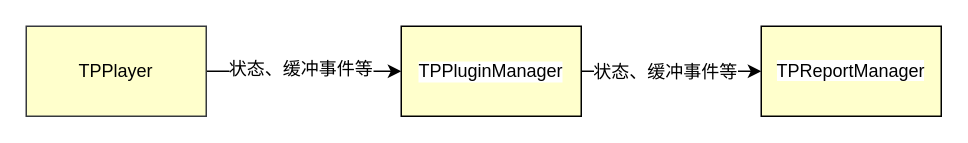
This is report.drawio from xmgtih/drawio, a draw.io file, before an edit. Source tidied: cells renumbered, new cells numbered last; positions are measured from the earlier drawing's top-left corner, leaving out a move shared by most shapes. Both pictures are drawn from the tidied source at 150%, with x=0, y=0 at pixel (26, 26).
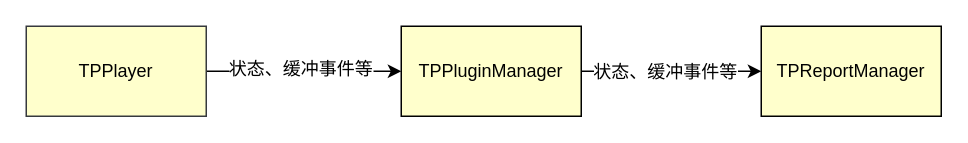
The same diagram, later.

Commit message:
modify text background

Change to the diagram source:
```diff
@@
 <mxGraphModel>
   <root>
     <mxCell id="0" />
     <mxCell id="1" parent="0" />
     <mxCell id="2" style="edgeStyle=orthogonalEdgeStyle;rounded=0;jettySize=auto;html=1;" parent="1" edge="1" source="4" target="7">
       <mxGeometry relative="1" as="geometry" />
     </mxCell>
     <mxCell id="3" value="状态、缓冲事件等" style="text;html=1;align=center;verticalAlign=middle;labelBackgroundColor=#ffffff;" parent="2" vertex="1">
       <mxGeometry x="-0.05" y="2" relative="1" as="geometry" />
     </mxCell>
     <mxCell id="4" value="TPPlayer" style="rounded=0;whiteSpace=wrap;html=1;fillColor=#FFFFCC;strokeColor=#36393d;" parent="1" vertex="1">
       <mxGeometry width="120" height="60" as="geometry" />
     </mxCell>
     <mxCell id="5" style="edgeStyle=orthogonalEdgeStyle;rounded=0;jettySize=auto;html=1;" parent="1" edge="1" source="7" target="8">
       <mxGeometry relative="1" as="geometry" />
     </mxCell>
     <mxCell id="6" value="状态、缓冲事件等" style="text;html=1;align=center;verticalAlign=middle;labelBackgroundColor=#ffffff;" parent="5" vertex="1">
       <mxGeometry x="-0.09" relative="1" as="geometry" />
     </mxCell>
-    <mxCell id="7" value="&lt;pre&gt;&lt;span style=&quot;background-color: rgb(255 , 255 , 255)&quot;&gt;&lt;font style=&quot;font-size: 12px&quot; face=&quot;Helvetica&quot;&gt;TPPluginManager&lt;/font&gt;&lt;/span&gt;&lt;/pre&gt;" style="rounded=0;whiteSpace=wrap;html=1;fillColor=#FFFFCC;strokeColor=#000000;" parent="1" vertex="1">
+    <mxCell id="7" value="&lt;pre&gt;&lt;span style=&quot;font-family: &amp;#34;helvetica&amp;#34; ; white-space: normal&quot;&gt;TPPluginManager&lt;/span&gt;&lt;/pre&gt;" style="rounded=0;whiteSpace=wrap;html=1;fillColor=#FFFFCC;strokeColor=#000000;" parent="1" vertex="1">
       <mxGeometry x="250" width="120" height="60" as="geometry" />
     </mxCell>
-    <mxCell id="8" value="&lt;pre&gt;&lt;font style=&quot;font-size: 12px ; background-color: rgb(255 , 255 , 255)&quot; face=&quot;Helvetica&quot;&gt;TPReportManager&lt;/font&gt;&lt;/pre&gt;" style="rounded=0;whiteSpace=wrap;html=1;fillColor=#FFFFCC;" parent="1" vertex="1">
+    <mxCell id="8" value="&lt;pre&gt;&lt;span style=&quot;font-family: &amp;#34;helvetica&amp;#34; ; white-space: normal&quot;&gt;TPReportManager&lt;/span&gt;&lt;/pre&gt;" style="rounded=0;whiteSpace=wrap;html=1;fillColor=#FFFFCC;" parent="1" vertex="1">
       <mxGeometry x="490" width="120" height="60" as="geometry" />
     </mxCell>
   </root>
 </mxGraphModel>
```
